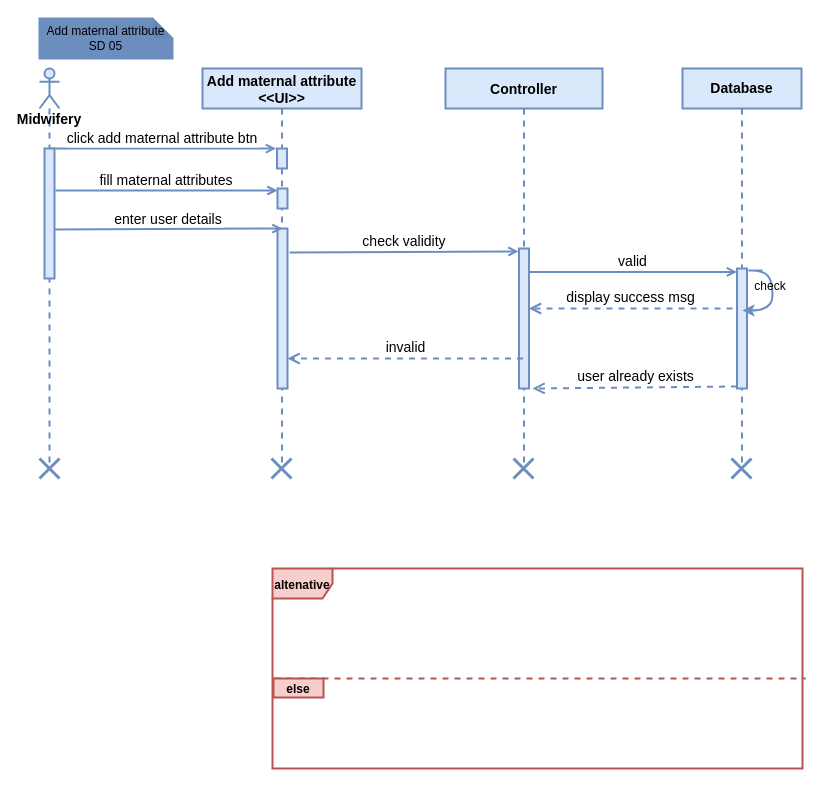
Earlier version of the draw.io diagram page "Add maternal attribute" (5 of 6) of Sequence Diagram.drawio (fasil712/UML_Diagram_Design). Source tidied: cells renumbered, new cells numbered last; positions are measured from the earlier drawing's top-left corner, leaving out a move shared by most shapes. Both pictures are drawn from the tidied source at 100%, with x=0, y=0 at pixel (39, 18).
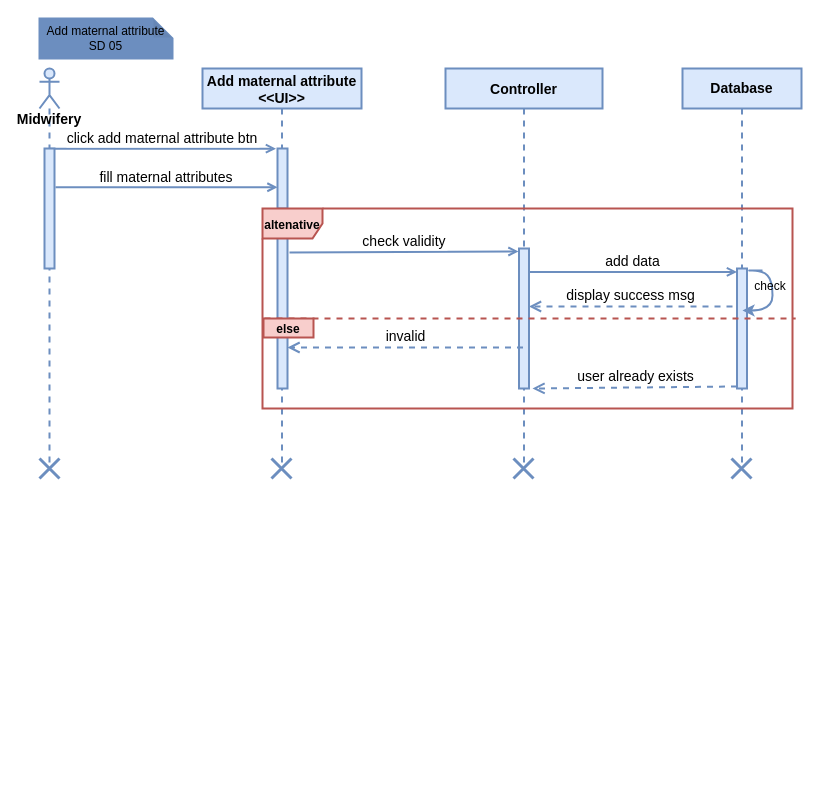
Above is the later version.

The change refers to these unchanged cells:
```xml
<mxCell id="2" value="Add maternal attribute&#10;&lt;&lt;UI&gt;&gt;" style="shape=umlLifeline;perimeter=lifelinePerimeter;rounded=0;shadow=0;strokeWidth=2;fillColor=#dae8fc;strokeColor=#6c8ebf;fontSize=14;fontStyle=1;" parent="1" vertex="1">
  <mxGeometry x="163" y="50" width="159" height="400" as="geometry" />
</mxCell>
<mxCell id="7" style="points=[];perimeter=orthogonalPerimeter;rounded=0;shadow=0;strokeWidth=2;fillColor=#dae8fc;strokeColor=#6c8ebf;fontSize=16;" parent="6" vertex="1">
  <mxGeometry x="73.5" y="180" width="10" height="140" as="geometry" />
</mxCell>
<mxCell id="9" value="Midwifery" style="shape=umlLifeline;participant=umlActor;perimeter=lifelinePerimeter;whiteSpace=wrap;html=1;verticalAlign=top;spacingTop=36;outlineConnect=0;size=40;fillColor=#dae8fc;strokeColor=#6c8ebf;fontSize=14;strokeWidth=2;fontStyle=1;" parent="1" vertex="1">
  <mxGeometry y="50" width="20" height="400" as="geometry" />
</mxCell>
<mxCell id="12" style="points=[];perimeter=orthogonalPerimeter;rounded=0;shadow=0;strokeWidth=2;fillColor=#dae8fc;strokeColor=#6c8ebf;fontSize=16;" parent="11" vertex="1">
  <mxGeometry x="54.5" y="200" width="10" height="120" as="geometry" />
</mxCell>
```

What changed in the source:
```diff
@@
-    <mxCell id="3" style="points=[];perimeter=orthogonalPerimeter;rounded=0;shadow=0;strokeWidth=2;fillColor=#dae8fc;strokeColor=#6c8ebf;fontSize=16;" parent="2" vertex="1">
-      <mxGeometry x="74.5" y="80" width="10" height="20" as="geometry" />
-    </mxCell>
     <mxCell id="4" style="html=1;points=[];perimeter=orthogonalPerimeter;fillColor=#dae8fc;strokeColor=#6c8ebf;fontSize=16;strokeWidth=2;" parent="2" vertex="1">
-      <mxGeometry x="75" y="120" width="10" height="20" as="geometry" />
+      <mxGeometry x="75" y="80" width="10" height="60" as="geometry" />
     </mxCell>
@@
-    <mxCell id="8" value="click add maternal attribute btn" style="verticalAlign=bottom;endArrow=open;shadow=0;strokeWidth=2;entryX=-0.1;entryY=0.005;entryDx=0;entryDy=0;entryPerimeter=0;fillColor=#dae8fc;strokeColor=#6c8ebf;fontSize=14;endFill=0;" parent="1" edge="1" source="9" target="3">
-      <mxGeometry relative="1" as="geometry" />
+    <mxCell id="8" value="click add maternal attribute btn" style="verticalAlign=bottom;endArrow=open;shadow=0;strokeWidth=2;entryX=-0.1;entryY=0.005;entryDx=0;entryDy=0;entryPerimeter=0;fillColor=#dae8fc;strokeColor=#6c8ebf;fontSize=14;endFill=0;" parent="1" edge="1" source="9">
+      <mxGeometry relative="1" as="geometry">
+        <mxPoint x="236.5" y="130.2" as="targetPoint" />
+      </mxGeometry>
     </mxCell>
@@
     <mxCell id="10" style="html=1;points=[];perimeter=orthogonalPerimeter;fillColor=#dae8fc;strokeColor=#6c8ebf;fontSize=16;strokeWidth=2;" parent="9" vertex="1">
-      <mxGeometry x="5" y="80" width="10" height="130" as="geometry" />
+      <mxGeometry x="5" y="80" width="10" height="120" as="geometry" />
     </mxCell>
@@
-    <mxCell id="15" value="enter user details" style="verticalAlign=bottom;endArrow=open;shadow=0;strokeWidth=2;exitX=1;exitY=0.623;exitDx=0;exitDy=0;exitPerimeter=0;fillColor=#dae8fc;strokeColor=#6c8ebf;fontSize=14;endFill=0;" parent="1" edge="1" source="10">
-      <mxGeometry relative="1" as="geometry">
-        <mxPoint x="243" y="210" as="targetPoint" />
-      </mxGeometry>
-    </mxCell>
@@
-    <mxCell id="17" value="&lt;div&gt;&lt;font style=&quot;font-size: 14px;&quot;&gt;display success msg&lt;/font&gt;&lt;/div&gt;" style="html=1;verticalAlign=bottom;endArrow=open;dashed=1;endSize=8;rounded=0;fontSize=14;fontColor=#000000;strokeColor=#6C8EBF;strokeWidth=2;" parent="1" edge="1" target="7">
+    <mxCell id="17" value="&lt;div&gt;&lt;font style=&quot;font-size: 14px;&quot;&gt;display success msg&lt;/font&gt;&lt;/div&gt;" style="html=1;verticalAlign=bottom;endArrow=open;dashed=1;endSize=8;rounded=0;fontSize=14;fontColor=#000000;strokeColor=#6C8EBF;strokeWidth=2;" parent="1" edge="1">
       <mxGeometry relative="1" as="geometry">
-        <mxPoint x="693" y="290" as="sourcePoint" />
+        <mxPoint x="693" y="288" as="sourcePoint" />
+        <mxPoint x="489.5" y="288" as="targetPoint" />
       </mxGeometry>
     </mxCell>
@@
-    <mxCell id="22" value="valid" style="verticalAlign=bottom;endArrow=open;shadow=0;strokeWidth=2;exitX=1;exitY=0.167;exitDx=0;exitDy=0;exitPerimeter=0;fillColor=#dae8fc;strokeColor=#6c8ebf;fontSize=14;endFill=0;startArrow=none;" parent="1" edge="1" source="7" target="12">
+    <mxCell id="22" value="add data" style="verticalAlign=bottom;endArrow=open;shadow=0;strokeWidth=2;exitX=1;exitY=0.167;exitDx=0;exitDy=0;exitPerimeter=0;fillColor=#dae8fc;strokeColor=#6c8ebf;fontSize=14;endFill=0;startArrow=none;" parent="1" edge="1" source="7" target="12">
       <mxGeometry relative="1" as="geometry" />
     </mxCell>
     <mxCell id="23" value="invalid" style="html=1;verticalAlign=bottom;endArrow=open;dashed=1;endSize=8;rounded=0;fontSize=14;fontColor=#000000;strokeColor=#6C8EBF;strokeWidth=2;" parent="1" edge="1">
       <mxGeometry relative="1" as="geometry">
-        <mxPoint x="483.5" y="340" as="sourcePoint" />
-        <mxPoint x="248" y="340" as="targetPoint" />
+        <mxPoint x="483.5" y="329" as="sourcePoint" />
+        <mxPoint x="248" y="329" as="targetPoint" />
       </mxGeometry>
     </mxCell>
@@
     <mxCell id="27" style="group;" parent="1" vertex="1">
-      <mxGeometry x="233" y="550" width="530" height="200" as="geometry" />
+      <mxGeometry x="223" y="190" width="530" height="200" as="geometry" />
     </mxCell>
```
